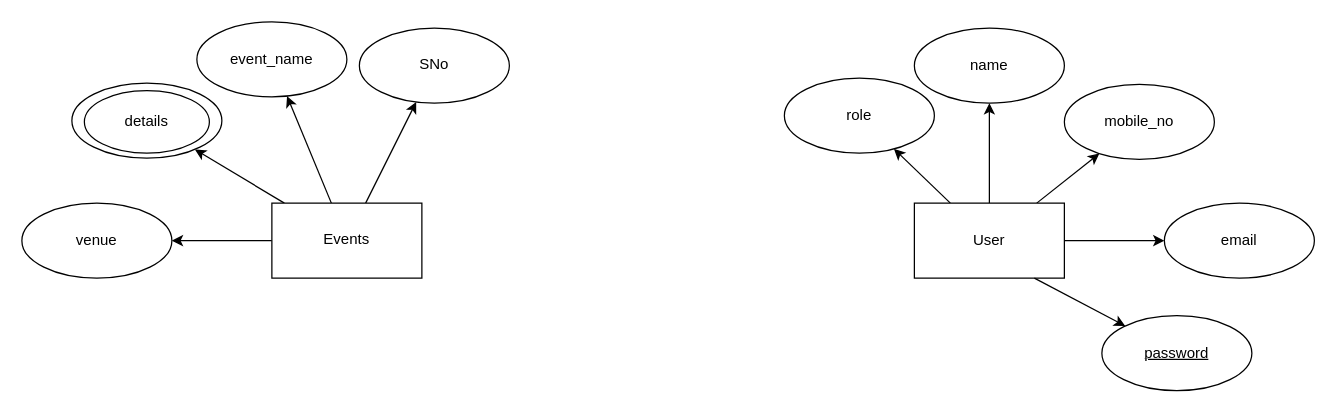
The draw.io diagram Event_Management.drawio in choudhary-vaibhav/ER-Diagrams, before the edit. Source tidied: cells renumbered, new cells numbered last; positions are measured from the earlier drawing's top-left corner, leaving out a move shared by most shapes. Both pictures are drawn from the tidied source at 125%, with x=0, y=0 at pixel (21, 21).
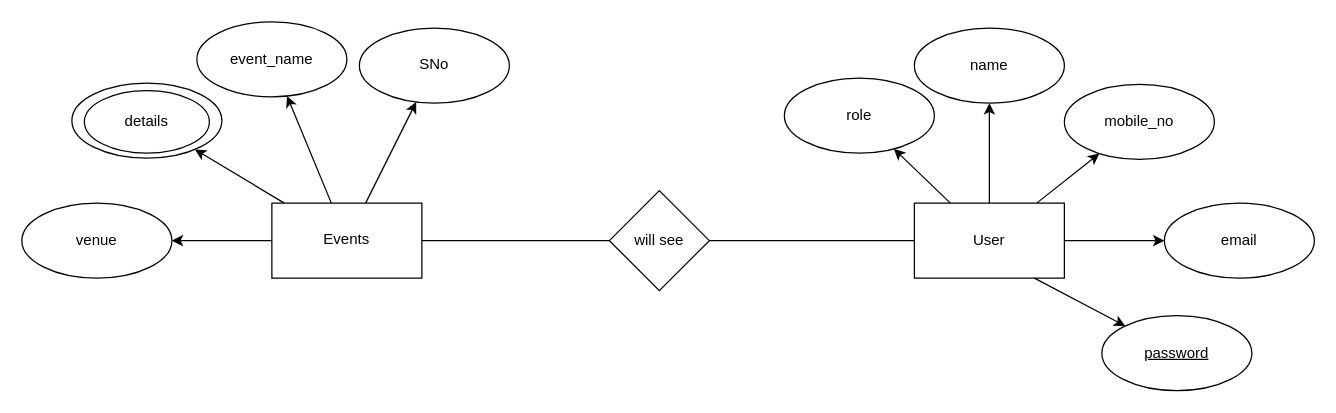
Above is the later version.

Unchanged cells that the change refers to:
```xml
<mxCell id="6" style="rounded=0;whiteSpace=wrap;html=1;" parent="1" vertex="1">
  <mxGeometry x="714" y="145" width="120" height="60" as="geometry" />
</mxCell>
<mxCell id="22" style="rounded=0;whiteSpace=wrap;html=1;" parent="1" vertex="1">
  <mxGeometry x="200" y="145" width="120" height="60" as="geometry" />
</mxCell>
```

What changed in the source:
```diff
@@
+    <mxCell id="30" value="will see" style="rhombus;whiteSpace=wrap;html=1;" parent="1" vertex="1">
+      <mxGeometry x="470" y="135" width="80" height="80" as="geometry" />
+    </mxCell>
+    <mxCell id="31" style="endArrow=none;html=1;rounded=0;exitX=1;exitY=0.5;exitDx=0;exitDy=0;entryX=0;entryY=0.5;entryDx=0;entryDy=0;" parent="1" edge="1" source="30" target="6">
+      <mxGeometry relative="1" as="geometry" />
+    </mxCell>
+    <mxCell id="32" style="endArrow=none;html=1;rounded=0;entryX=0;entryY=0.5;entryDx=0;entryDy=0;exitX=1;exitY=0.5;exitDx=0;exitDy=0;" parent="1" edge="1" source="22" target="30">
+      <mxGeometry relative="1" as="geometry" />
+    </mxCell>
```
